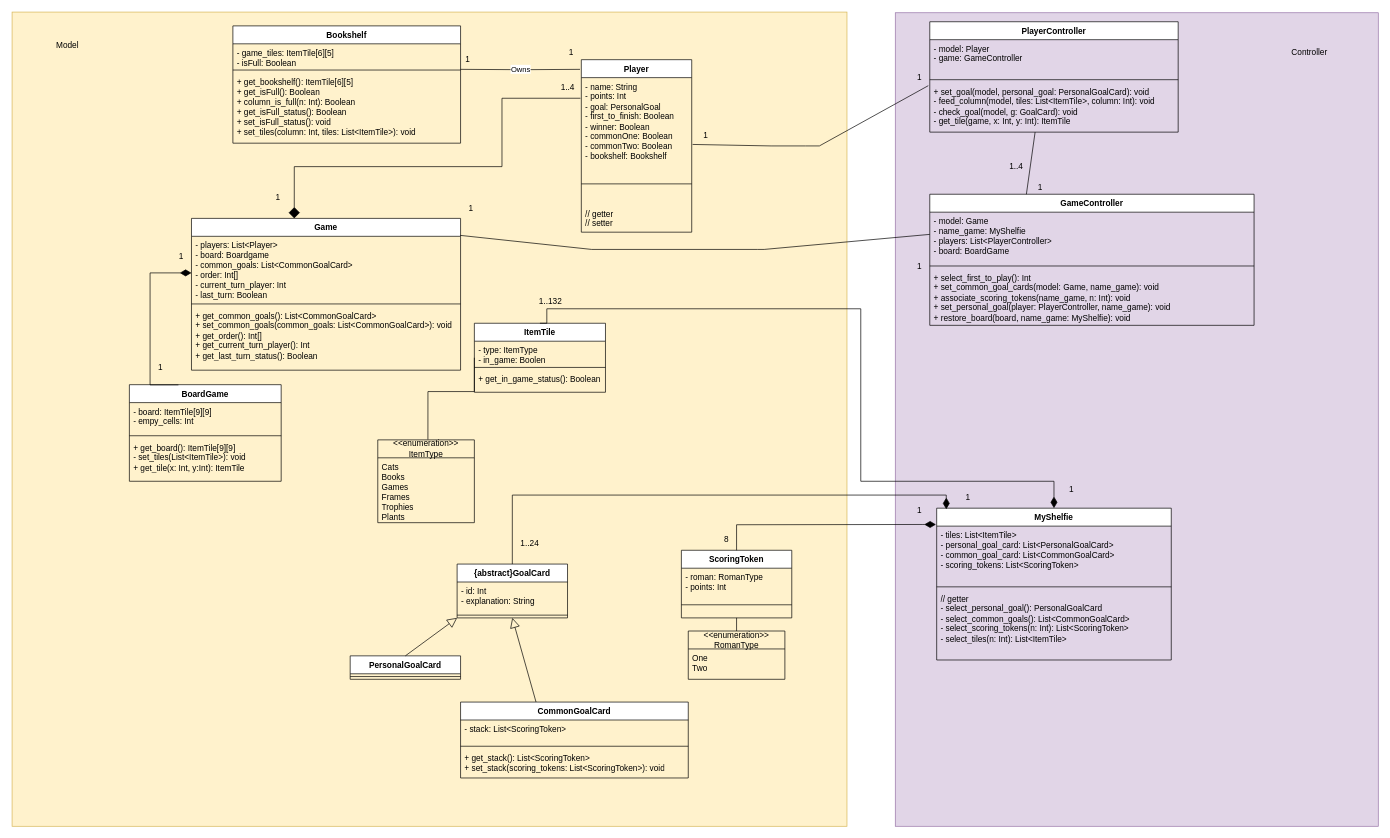
This is deliverable/classdiagram.drawio from andbna10/ing-sw-2023-Gentile-Gangi-Grandi-Isgro, a draw.io file, before an edit. Source tidied: cells renumbered, new cells numbered last; positions are measured from the earlier drawing's top-left corner, leaving out a move shared by most shapes. Both pictures are drawn from the tidied source at 69%, with x=0, y=0 at pixel (12, 12).
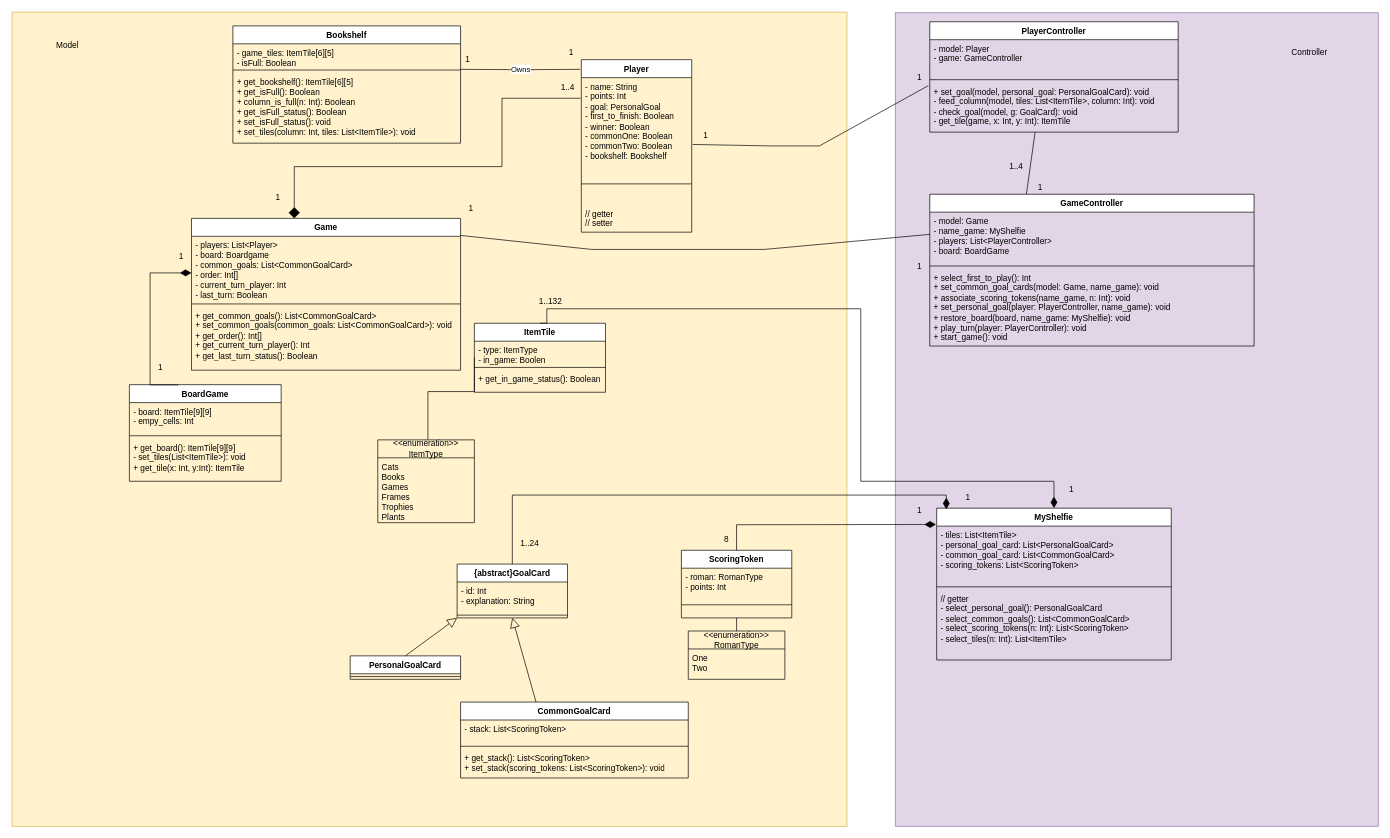
Above is the later version.

Commit message (it also covers changes not shown here):
class diagram updated

Change to the diagram source:
```diff
@@
     <mxCell id="4" value="GameController" style="swimlane;fontStyle=1;align=center;verticalAlign=top;horizontal=1;startSize=26;whiteSpace=wrap;html=1;" parent="1" vertex="1">
-      <mxGeometry x="1330" y="264" width="470" height="190" as="geometry" />
+      <mxGeometry x="1330" y="264" width="470" height="220" as="geometry" />
     </mxCell>
@@
-    <mxCell id="7" value="+ select_first_to_play(): Int&lt;br&gt;+ set_common_goal_cards(model: Game, name_game): void&lt;br&gt;+ associate_scoring_tokens(name_game, n: Int): void&lt;br&gt;+ set_personal_goal(player: PlayerController, name_game): void&lt;br&gt;+ restore_board(board, name_game: MyShelfie): void" style="text;strokeColor=none;fillColor=none;align=left;verticalAlign=top;spacingLeft=4;spacingRight=4;overflow=hidden;whiteSpace=wrap;html=1;" parent="4" vertex="1">
-      <mxGeometry y="108" width="470" height="82" as="geometry" />
+    <mxCell id="7" value="+ select_first_to_play(): Int&lt;br&gt;+ set_common_goal_cards(model: Game, name_game): void&lt;br&gt;+ associate_scoring_tokens(name_game, n: Int): void&lt;br&gt;+ set_personal_goal(player: PlayerController, name_game): void&lt;br&gt;+ restore_board(board, name_game: MyShelfie): void&lt;br&gt;+ play_turn(player: PlayerController): void&lt;br&gt;+ start_game(): void" style="text;strokeColor=none;fillColor=none;align=left;verticalAlign=top;spacingLeft=4;spacingRight=4;overflow=hidden;whiteSpace=wrap;html=1;" parent="4" vertex="1">
+      <mxGeometry y="108" width="470" height="112" as="geometry" />
     </mxCell>
```
